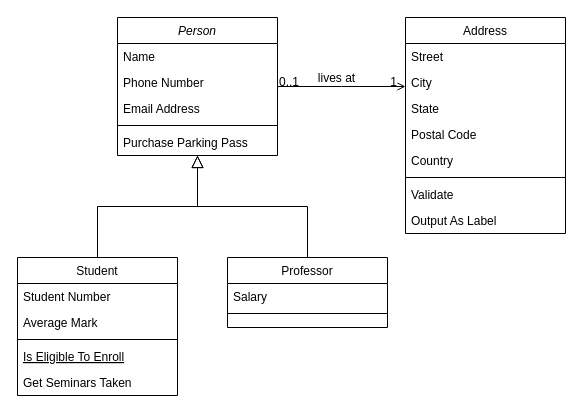
Earlier version of the draw.io diagram Untitled Diagram.drawio (alphatok/git-test). Source tidied: cells renumbered, new cells numbered last; positions are measured from the earlier drawing's top-left corner, leaving out a move shared by most shapes. Both pictures are drawn from the tidied source at 100%, with x=0, y=0 at pixel (17, 17).
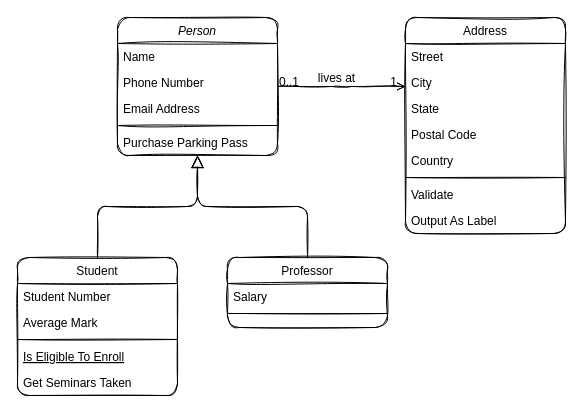
Above is the later version.

The edit, as a diff of the source:
```diff
@@
-    <mxCell id="2" value="Person" style="swimlane;fontStyle=2;align=center;verticalAlign=top;horizontal=1;startSize=26;rounded=0;shadow=0;strokeWidth=1;" parent="1" vertex="1">
+    <mxCell id="2" value="Person" style="swimlane;fontStyle=2;align=center;verticalAlign=top;horizontal=1;startSize=26;shadow=0;strokeWidth=1;rounded=1;sketch=1;" parent="1" vertex="1">
       <mxGeometry x="100" width="160" height="138" as="geometry" />
     </mxCell>
-    <mxCell id="3" value="Name" style="text;align=left;verticalAlign=top;spacingLeft=4;spacingRight=4;overflow=hidden;" parent="2" vertex="1">
+    <mxCell id="3" value="Name" style="text;align=left;verticalAlign=top;spacingLeft=4;spacingRight=4;overflow=hidden;rounded=1;sketch=1;" parent="2" vertex="1">
       <mxGeometry y="26" width="160" height="26" as="geometry" />
     </mxCell>
-    <mxCell id="4" value="Phone Number" style="text;align=left;verticalAlign=top;spacingLeft=4;spacingRight=4;overflow=hidden;rounded=0;shadow=0;html=0;" parent="2" vertex="1">
+    <mxCell id="4" value="Phone Number" style="text;align=left;verticalAlign=top;spacingLeft=4;spacingRight=4;overflow=hidden;shadow=0;html=0;rounded=1;sketch=1;" parent="2" vertex="1">
       <mxGeometry y="52" width="160" height="26" as="geometry" />
     </mxCell>
-    <mxCell id="5" value="Email Address" style="text;align=left;verticalAlign=top;spacingLeft=4;spacingRight=4;overflow=hidden;rounded=0;shadow=0;html=0;" parent="2" vertex="1">
+    <mxCell id="5" value="Email Address" style="text;align=left;verticalAlign=top;spacingLeft=4;spacingRight=4;overflow=hidden;shadow=0;html=0;rounded=1;sketch=1;" parent="2" vertex="1">
       <mxGeometry y="78" width="160" height="26" as="geometry" />
     </mxCell>
-    <mxCell id="6" style="line;html=1;strokeWidth=1;align=left;verticalAlign=middle;spacingTop=-1;spacingLeft=3;spacingRight=3;labelPosition=right;" parent="2" vertex="1">
+    <mxCell id="6" style="line;html=1;strokeWidth=1;align=left;verticalAlign=middle;spacingTop=-1;spacingLeft=3;spacingRight=3;labelPosition=right;rounded=1;sketch=1;" parent="2" vertex="1">
       <mxGeometry y="104" width="160" height="8" as="geometry" />
     </mxCell>
-    <mxCell id="7" value="Purchase Parking Pass" style="text;align=left;verticalAlign=top;spacingLeft=4;spacingRight=4;overflow=hidden;" parent="2" vertex="1">
+    <mxCell id="7" value="Purchase Parking Pass" style="text;align=left;verticalAlign=top;spacingLeft=4;spacingRight=4;overflow=hidden;rounded=1;sketch=1;" parent="2" vertex="1">
       <mxGeometry y="112" width="160" height="26" as="geometry" />
     </mxCell>
-    <mxCell id="8" value="Student" style="swimlane;fontStyle=0;align=center;verticalAlign=top;horizontal=1;startSize=26;rounded=0;shadow=0;strokeWidth=1;" parent="1" vertex="1">
+    <mxCell id="8" value="Student" style="swimlane;fontStyle=0;align=center;verticalAlign=top;horizontal=1;startSize=26;shadow=0;strokeWidth=1;rounded=1;sketch=1;" parent="1" vertex="1">
       <mxGeometry y="240" width="160" height="138" as="geometry" />
     </mxCell>
-    <mxCell id="9" value="Student Number" style="text;align=left;verticalAlign=top;spacingLeft=4;spacingRight=4;overflow=hidden;" parent="8" vertex="1">
+    <mxCell id="9" value="Student Number" style="text;align=left;verticalAlign=top;spacingLeft=4;spacingRight=4;overflow=hidden;rounded=1;sketch=1;" parent="8" vertex="1">
       <mxGeometry y="26" width="160" height="26" as="geometry" />
     </mxCell>
-    <mxCell id="10" value="Average Mark" style="text;align=left;verticalAlign=top;spacingLeft=4;spacingRight=4;overflow=hidden;rounded=0;shadow=0;html=0;" parent="8" vertex="1">
+    <mxCell id="10" value="Average Mark" style="text;align=left;verticalAlign=top;spacingLeft=4;spacingRight=4;overflow=hidden;shadow=0;html=0;rounded=1;sketch=1;" parent="8" vertex="1">
       <mxGeometry y="52" width="160" height="26" as="geometry" />
     </mxCell>
-    <mxCell id="11" style="line;html=1;strokeWidth=1;align=left;verticalAlign=middle;spacingTop=-1;spacingLeft=3;spacingRight=3;labelPosition=right;" parent="8" vertex="1">
+    <mxCell id="11" style="line;html=1;strokeWidth=1;align=left;verticalAlign=middle;spacingTop=-1;spacingLeft=3;spacingRight=3;labelPosition=right;rounded=1;sketch=1;" parent="8" vertex="1">
       <mxGeometry y="78" width="160" height="8" as="geometry" />
     </mxCell>
-    <mxCell id="12" value="Is Eligible To Enroll" style="text;align=left;verticalAlign=top;spacingLeft=4;spacingRight=4;overflow=hidden;fontStyle=4;" parent="8" vertex="1">
+    <mxCell id="12" value="Is Eligible To Enroll" style="text;align=left;verticalAlign=top;spacingLeft=4;spacingRight=4;overflow=hidden;fontStyle=4;rounded=1;sketch=1;" parent="8" vertex="1">
       <mxGeometry y="86" width="160" height="26" as="geometry" />
     </mxCell>
-    <mxCell id="13" value="Get Seminars Taken" style="text;align=left;verticalAlign=top;spacingLeft=4;spacingRight=4;overflow=hidden;" parent="8" vertex="1">
+    <mxCell id="13" value="Get Seminars Taken" style="text;align=left;verticalAlign=top;spacingLeft=4;spacingRight=4;overflow=hidden;rounded=1;sketch=1;" parent="8" vertex="1">
       <mxGeometry y="112" width="160" height="26" as="geometry" />
     </mxCell>
-    <mxCell id="14" style="endArrow=block;endSize=10;endFill=0;shadow=0;strokeWidth=1;rounded=0;edgeStyle=elbowEdgeStyle;elbow=vertical;" parent="1" edge="1" source="8" target="2">
+    <mxCell id="14" style="endArrow=block;endSize=10;endFill=0;shadow=0;strokeWidth=1;edgeStyle=elbowEdgeStyle;elbow=vertical;sketch=1;" parent="1" edge="1" source="8" target="2">
       <mxGeometry relative="1" as="geometry" />
     </mxCell>
-    <mxCell id="15" value="Professor" style="swimlane;fontStyle=0;align=center;verticalAlign=top;horizontal=1;startSize=26;rounded=0;shadow=0;strokeWidth=1;" parent="1" vertex="1">
+    <mxCell id="15" value="Professor" style="swimlane;fontStyle=0;align=center;verticalAlign=top;horizontal=1;startSize=26;shadow=0;strokeWidth=1;rounded=1;sketch=1;" parent="1" vertex="1">
       <mxGeometry x="210" y="240" width="160" height="70" as="geometry" />
     </mxCell>
-    <mxCell id="16" value="Salary" style="text;align=left;verticalAlign=top;spacingLeft=4;spacingRight=4;overflow=hidden;" parent="15" vertex="1">
+    <mxCell id="16" value="Salary" style="text;align=left;verticalAlign=top;spacingLeft=4;spacingRight=4;overflow=hidden;rounded=1;sketch=1;" parent="15" vertex="1">
       <mxGeometry y="26" width="160" height="26" as="geometry" />
     </mxCell>
-    <mxCell id="17" style="line;html=1;strokeWidth=1;align=left;verticalAlign=middle;spacingTop=-1;spacingLeft=3;spacingRight=3;labelPosition=right;" parent="15" vertex="1">
+    <mxCell id="17" style="line;html=1;strokeWidth=1;align=left;verticalAlign=middle;spacingTop=-1;spacingLeft=3;spacingRight=3;labelPosition=right;rounded=1;sketch=1;" parent="15" vertex="1">
       <mxGeometry y="52" width="160" height="8" as="geometry" />
     </mxCell>
-    <mxCell id="18" style="endArrow=block;endSize=10;endFill=0;shadow=0;strokeWidth=1;rounded=0;edgeStyle=elbowEdgeStyle;elbow=vertical;" parent="1" edge="1" source="15" target="2">
+    <mxCell id="18" style="endArrow=block;endSize=10;endFill=0;shadow=0;strokeWidth=1;edgeStyle=elbowEdgeStyle;elbow=vertical;sketch=1;" parent="1" edge="1" source="15" target="2">
       <mxGeometry relative="1" as="geometry" />
     </mxCell>
-    <mxCell id="19" value="Address" style="swimlane;fontStyle=0;align=center;verticalAlign=top;horizontal=1;startSize=26;rounded=0;shadow=0;strokeWidth=1;" parent="1" vertex="1">
+    <mxCell id="19" value="Address" style="swimlane;fontStyle=0;align=center;verticalAlign=top;horizontal=1;startSize=26;shadow=0;strokeWidth=1;rounded=1;sketch=1;" parent="1" vertex="1">
       <mxGeometry x="388" width="160" height="216" as="geometry" />
     </mxCell>
-    <mxCell id="20" value="Street" style="text;align=left;verticalAlign=top;spacingLeft=4;spacingRight=4;overflow=hidden;" parent="19" vertex="1">
+    <mxCell id="20" value="Street" style="text;align=left;verticalAlign=top;spacingLeft=4;spacingRight=4;overflow=hidden;rounded=1;sketch=1;" parent="19" vertex="1">
       <mxGeometry y="26" width="160" height="26" as="geometry" />
     </mxCell>
-    <mxCell id="21" value="City" style="text;align=left;verticalAlign=top;spacingLeft=4;spacingRight=4;overflow=hidden;rounded=0;shadow=0;html=0;" parent="19" vertex="1">
+    <mxCell id="21" value="City" style="text;align=left;verticalAlign=top;spacingLeft=4;spacingRight=4;overflow=hidden;shadow=0;html=0;rounded=1;sketch=1;" parent="19" vertex="1">
       <mxGeometry y="52" width="160" height="26" as="geometry" />
     </mxCell>
-    <mxCell id="22" value="State" style="text;align=left;verticalAlign=top;spacingLeft=4;spacingRight=4;overflow=hidden;rounded=0;shadow=0;html=0;" parent="19" vertex="1">
+    <mxCell id="22" value="State" style="text;align=left;verticalAlign=top;spacingLeft=4;spacingRight=4;overflow=hidden;shadow=0;html=0;rounded=1;sketch=1;" parent="19" vertex="1">
       <mxGeometry y="78" width="160" height="26" as="geometry" />
     </mxCell>
-    <mxCell id="23" value="Postal Code" style="text;align=left;verticalAlign=top;spacingLeft=4;spacingRight=4;overflow=hidden;rounded=0;shadow=0;html=0;" parent="19" vertex="1">
+    <mxCell id="23" value="Postal Code" style="text;align=left;verticalAlign=top;spacingLeft=4;spacingRight=4;overflow=hidden;shadow=0;html=0;rounded=1;sketch=1;" parent="19" vertex="1">
       <mxGeometry y="104" width="160" height="26" as="geometry" />
     </mxCell>
-    <mxCell id="24" value="Country" style="text;align=left;verticalAlign=top;spacingLeft=4;spacingRight=4;overflow=hidden;rounded=0;shadow=0;html=0;" parent="19" vertex="1">
+    <mxCell id="24" value="Country" style="text;align=left;verticalAlign=top;spacingLeft=4;spacingRight=4;overflow=hidden;shadow=0;html=0;rounded=1;sketch=1;" parent="19" vertex="1">
       <mxGeometry y="130" width="160" height="26" as="geometry" />
     </mxCell>
-    <mxCell id="25" style="line;html=1;strokeWidth=1;align=left;verticalAlign=middle;spacingTop=-1;spacingLeft=3;spacingRight=3;labelPosition=right;" parent="19" vertex="1">
+    <mxCell id="25" style="line;html=1;strokeWidth=1;align=left;verticalAlign=middle;spacingTop=-1;spacingLeft=3;spacingRight=3;labelPosition=right;rounded=1;sketch=1;" parent="19" vertex="1">
       <mxGeometry y="156" width="160" height="8" as="geometry" />
     </mxCell>
-    <mxCell id="26" value="Validate" style="text;align=left;verticalAlign=top;spacingLeft=4;spacingRight=4;overflow=hidden;" parent="19" vertex="1">
+    <mxCell id="26" value="Validate" style="text;align=left;verticalAlign=top;spacingLeft=4;spacingRight=4;overflow=hidden;rounded=1;sketch=1;" parent="19" vertex="1">
       <mxGeometry y="164" width="160" height="26" as="geometry" />
     </mxCell>
-    <mxCell id="27" value="Output As Label" style="text;align=left;verticalAlign=top;spacingLeft=4;spacingRight=4;overflow=hidden;" parent="19" vertex="1">
+    <mxCell id="27" value="Output As Label" style="text;align=left;verticalAlign=top;spacingLeft=4;spacingRight=4;overflow=hidden;rounded=1;sketch=1;" parent="19" vertex="1">
       <mxGeometry y="190" width="160" height="26" as="geometry" />
     </mxCell>
-    <mxCell id="28" style="endArrow=open;shadow=0;strokeWidth=1;rounded=0;endFill=1;edgeStyle=elbowEdgeStyle;elbow=vertical;" parent="1" edge="1" source="2" target="19">
+    <mxCell id="28" style="endArrow=open;shadow=0;strokeWidth=1;endFill=1;edgeStyle=elbowEdgeStyle;elbow=vertical;sketch=1;" parent="1" edge="1" source="2" target="19">
       <mxGeometry x="0.5" y="41" relative="1" as="geometry">
         <mxPoint x="-40" y="32" as="offset" />
       </mxGeometry>
     </mxCell>
-    <mxCell id="29" value="0..1" style="align=left;verticalAlign=bottom;labelBackgroundColor=none;fontSize=12;" parent="28" vertex="1">
+    <mxCell id="29" value="0..1" style="align=left;verticalAlign=bottom;labelBackgroundColor=none;fontSize=12;rounded=1;sketch=1;" parent="28" vertex="1">
       <mxGeometry x="-1" relative="1" as="geometry">
         <mxPoint y="4" as="offset" />
       </mxGeometry>
     </mxCell>
-    <mxCell id="30" value="1" style="align=right;verticalAlign=bottom;labelBackgroundColor=none;fontSize=12;" parent="28" vertex="1">
+    <mxCell id="30" value="1" style="align=right;verticalAlign=bottom;labelBackgroundColor=none;fontSize=12;rounded=1;sketch=1;" parent="28" vertex="1">
       <mxGeometry x="1" relative="1" as="geometry">
         <mxPoint x="-7" y="4" as="offset" />
       </mxGeometry>
     </mxCell>
-    <mxCell id="31" value="lives at" style="text;html=1;align=center;verticalAlign=middle;labelBackgroundColor=none;rounded=0;shadow=0;strokeWidth=1;fontSize=12;" parent="28" vertex="1">
+    <mxCell id="31" value="lives at" style="text;html=1;align=center;verticalAlign=middle;labelBackgroundColor=none;shadow=0;strokeWidth=1;fontSize=12;rounded=1;sketch=1;" parent="28" vertex="1">
       <mxGeometry x="0.5" y="49" relative="1" as="geometry">
         <mxPoint x="-38" y="40" as="offset" />
       </mxGeometry>
     </mxCell>
```
